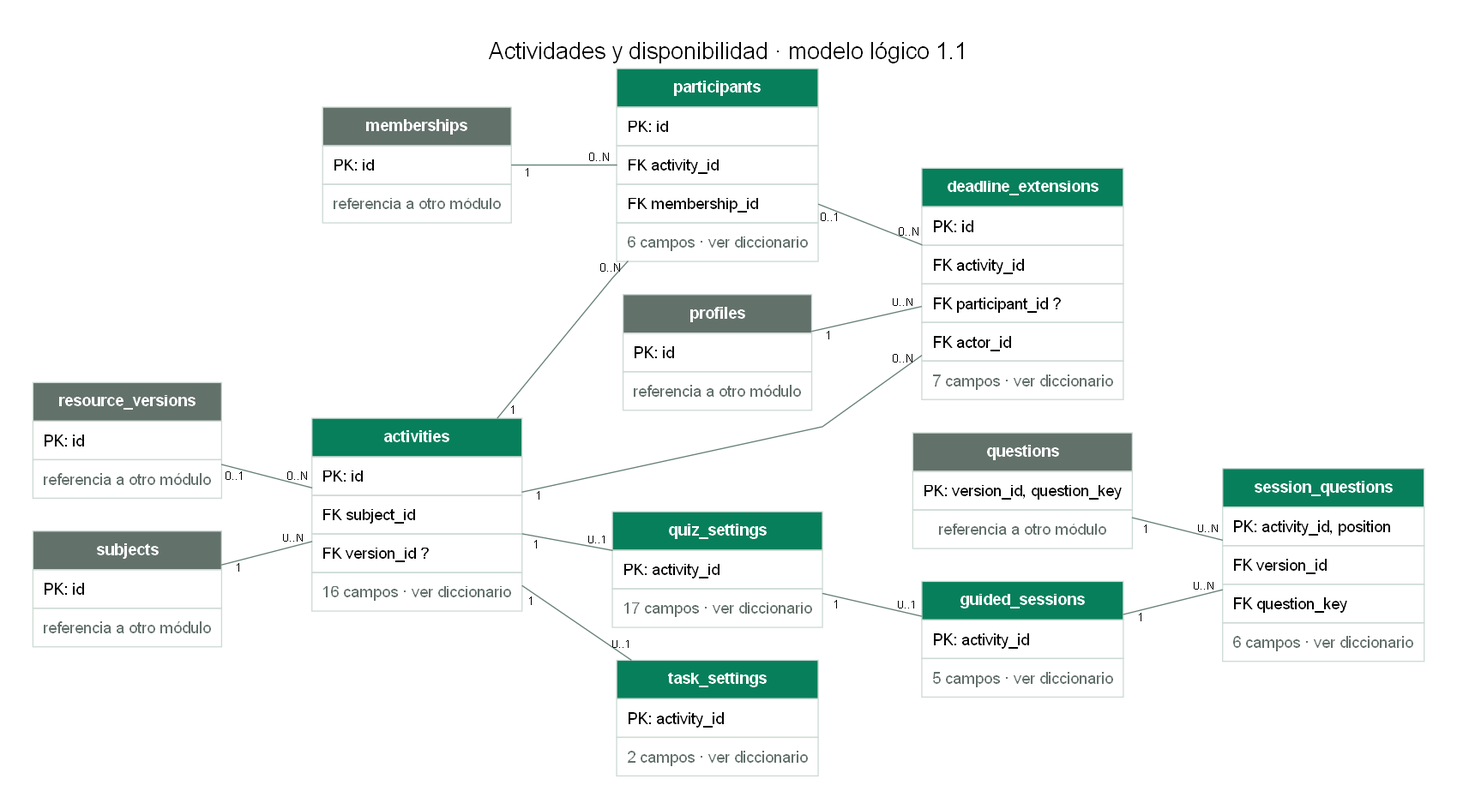
Above: docs/modelado/diagramas/03-actividades.png in CubeFreaKLab/aulify (Graphviz), before the change. Its source is kept beside it as docs/modelado/diagramas/03-actividades.dot.
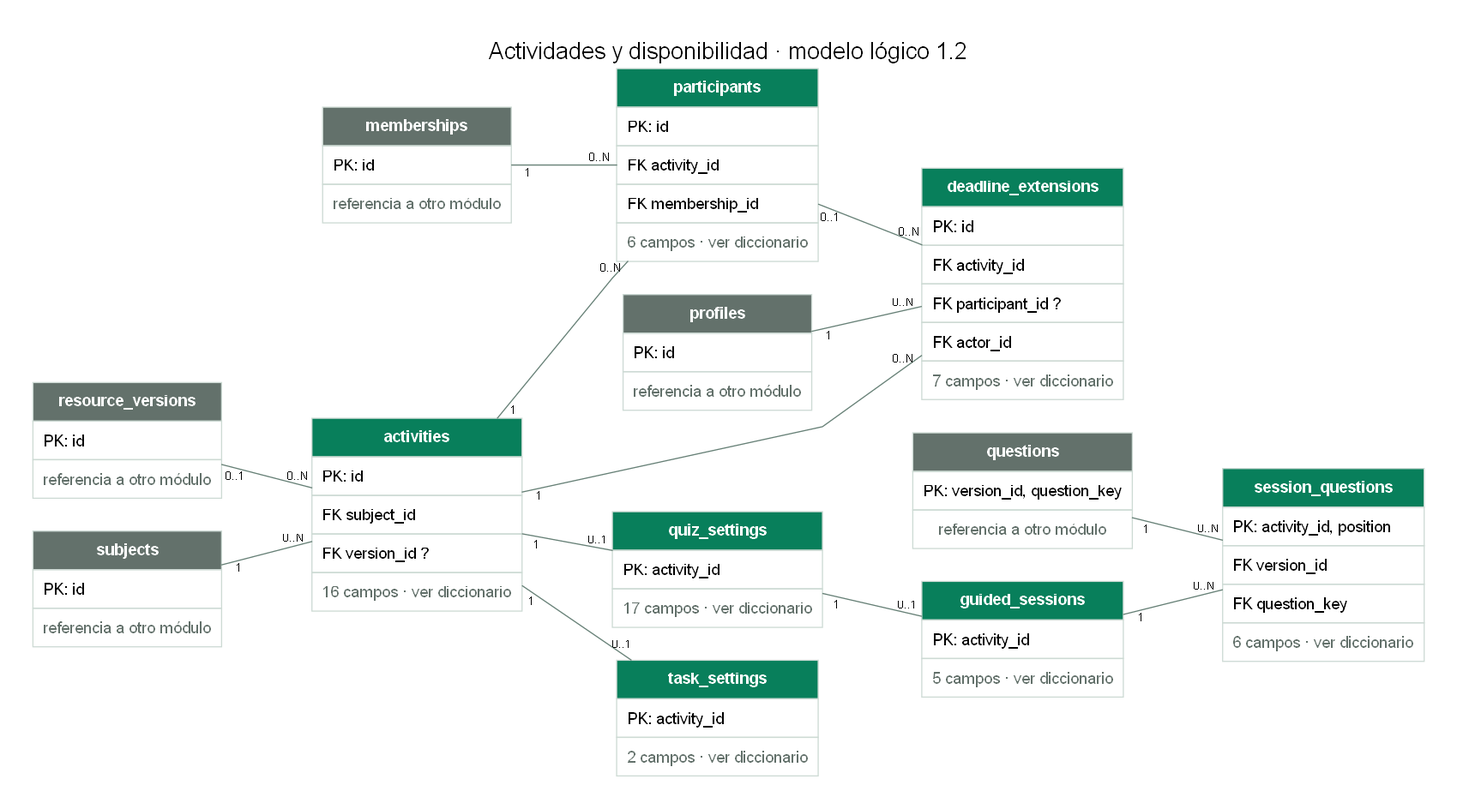
After the change.

Diff of the diagram source:
```diff
@@ -1,5 +1,5 @@
 digraph modelo {
-graph [rankdir=LR, bgcolor="#ffffff", pad=0.4, nodesep=0.4, ranksep=1.1, splines=polyline, fontname="Arial", fontsize=20, labelloc=t, label="Actividades y disponibilidad · modelo lógico 1.1"];
+graph [rankdir=LR, bgcolor="#ffffff", pad=0.4, nodesep=0.4, ranksep=1.1, splines=polyline, fontname="Arial", fontsize=20, labelloc=t, label="Actividades y disponibilidad · modelo lógico 1.2"];
 node [shape=plain, fontname="Arial"];
 edge [fontname="Arial", fontsize=10, color="#668076", arrowsize=0.6];
 "activities" [label=<<TABLE BORDER="0" CELLBORDER="1" CELLSPACING="0" CELLPADDING="8" COLOR="#CDDAD4"><TR><TD BGCOLOR="#087F5B"><FONT COLOR="white"><B>activities</B></FONT></TD></TR><TR><TD ALIGN="LEFT">PK: id</TD></TR><TR><TD ALIGN="LEFT">FK subject_id</TD></TR><TR><TD ALIGN="LEFT">FK version_id ?</TD></TR><TR><TD ALIGN="LEFT"><FONT COLOR="#63716B">16 campos · ver diccionario</FONT></TD></TR></TABLE>>];
```
